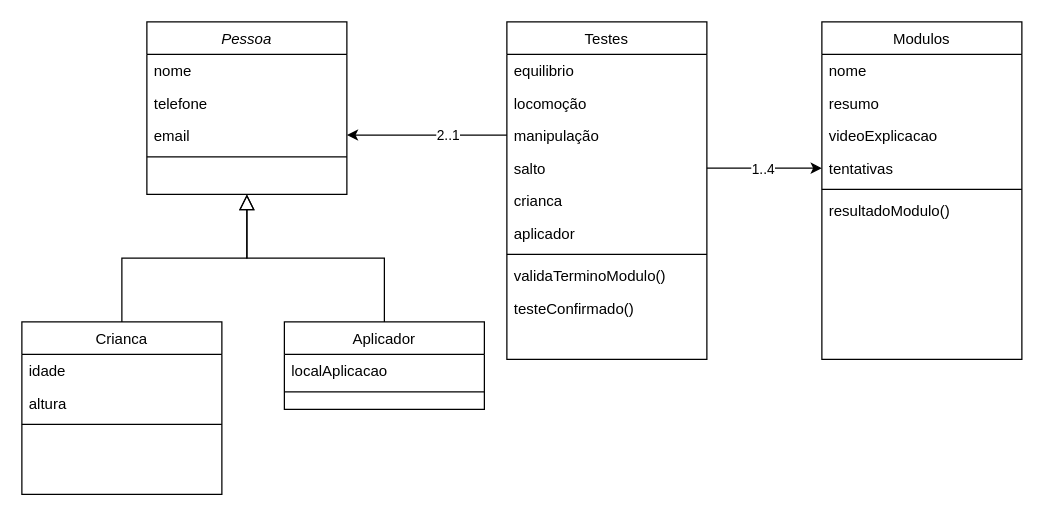
Above: documentacao/Diagrama sem nome.drawio in biatix/bacma_mobile (draw.io), before the change. Source tidied: cells renumbered, new cells numbered last; positions are measured from the earlier drawing's top-left corner, leaving out a move shared by most shapes. Both pictures are drawn from the tidied source at 125%, with x=0, y=0 at pixel (21, 21).
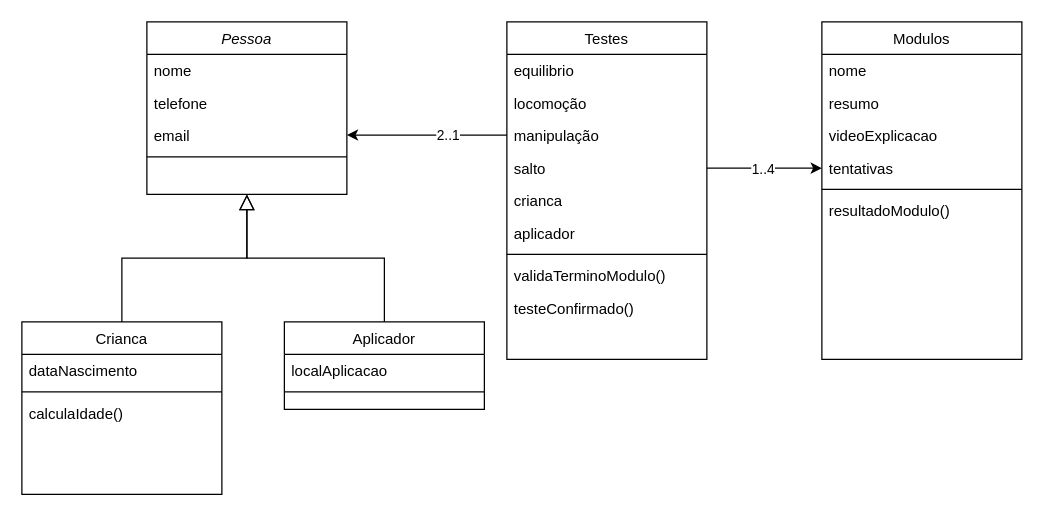
Above is the later version.

The change refers to these unchanged cells:
```xml
<mxCell id="7" value="Crianca" style="swimlane;fontStyle=0;align=center;verticalAlign=top;horizontal=1;startSize=26;rounded=0;shadow=0;strokeWidth=1;" parent="1" vertex="1">
  <mxGeometry y="240" width="160" height="138" as="geometry" />
</mxCell>
```

The edit, as a diff of the source:
```diff
@@
-    <mxCell id="8" value="idade" style="text;align=left;verticalAlign=top;spacingLeft=4;spacingRight=4;overflow=hidden;" parent="7" vertex="1">
+    <mxCell id="8" value="dataNascimento" style="text;align=left;verticalAlign=top;spacingLeft=4;spacingRight=4;overflow=hidden;" parent="7" vertex="1">
       <mxGeometry y="26" width="160" height="26" as="geometry" />
     </mxCell>
-    <mxCell id="9" value="altura" style="text;align=left;verticalAlign=top;spacingLeft=4;spacingRight=4;overflow=hidden;rounded=0;shadow=0;html=0;" parent="7" vertex="1">
-      <mxGeometry y="52" width="160" height="26" as="geometry" />
-    </mxCell>
     <mxCell id="10" style="line;html=1;strokeWidth=1;align=left;verticalAlign=middle;spacingTop=-1;spacingLeft=3;spacingRight=3;labelPosition=right;" parent="7" vertex="1">
-      <mxGeometry y="78" width="160" height="8" as="geometry" />
+      <mxGeometry y="52" width="160" height="8" as="geometry" />
     </mxCell>
+    <mxCell id="37" value="calculaIdade()" style="text;align=left;verticalAlign=top;spacingLeft=4;spacingRight=4;overflow=hidden;rounded=0;shadow=0;html=0;" parent="7" vertex="1">
+      <mxGeometry y="60" width="160" height="26" as="geometry" />
+    </mxCell>
```
